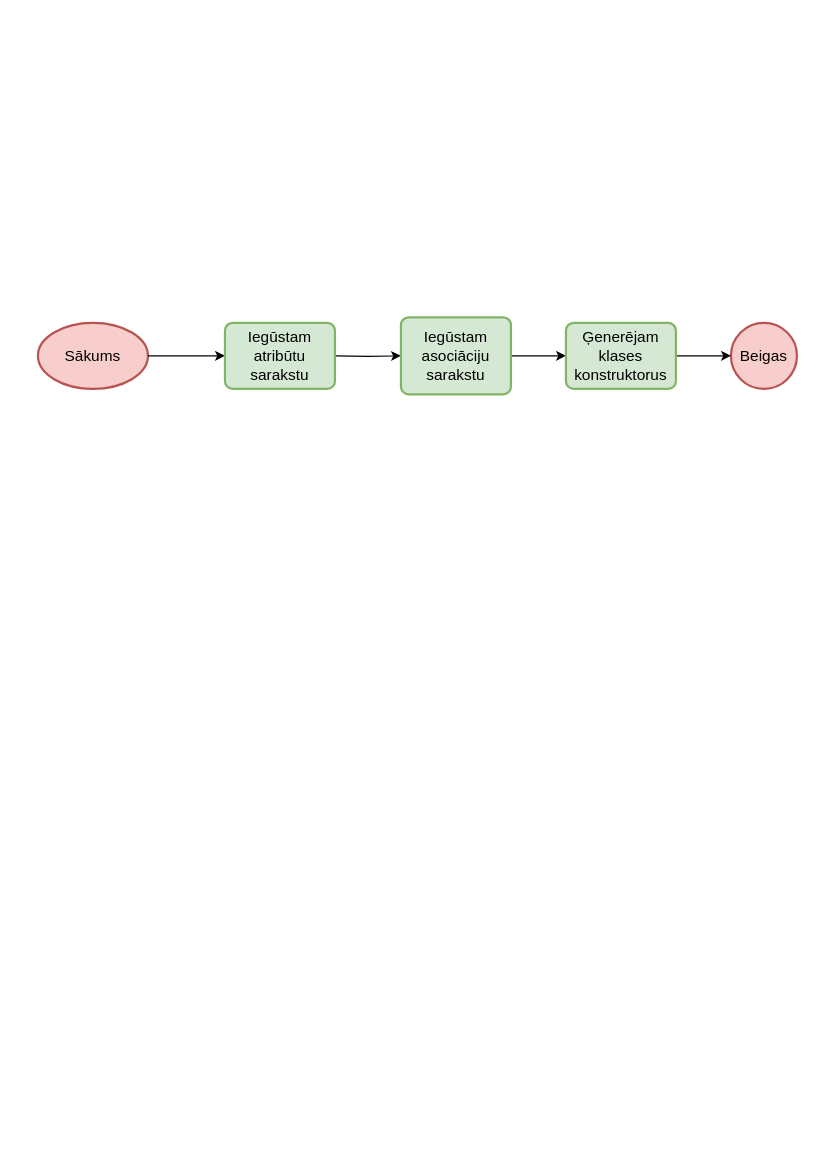
Earlier version of the draw.io diagram page "Konstruktora funkcijas ģenerēšana" (3 of 6) of src/Qualification project/Documentation/Diagrammas/Ģenerators.drawio (artiks12/webAppOS). Source tidied: cells renumbered, new cells numbered last; positions are measured from the earlier drawing's top-left corner, leaving out a move shared by most shapes. Both pictures are drawn from the tidied source at 110%, with x=0, y=0 at pixel (37, 317).
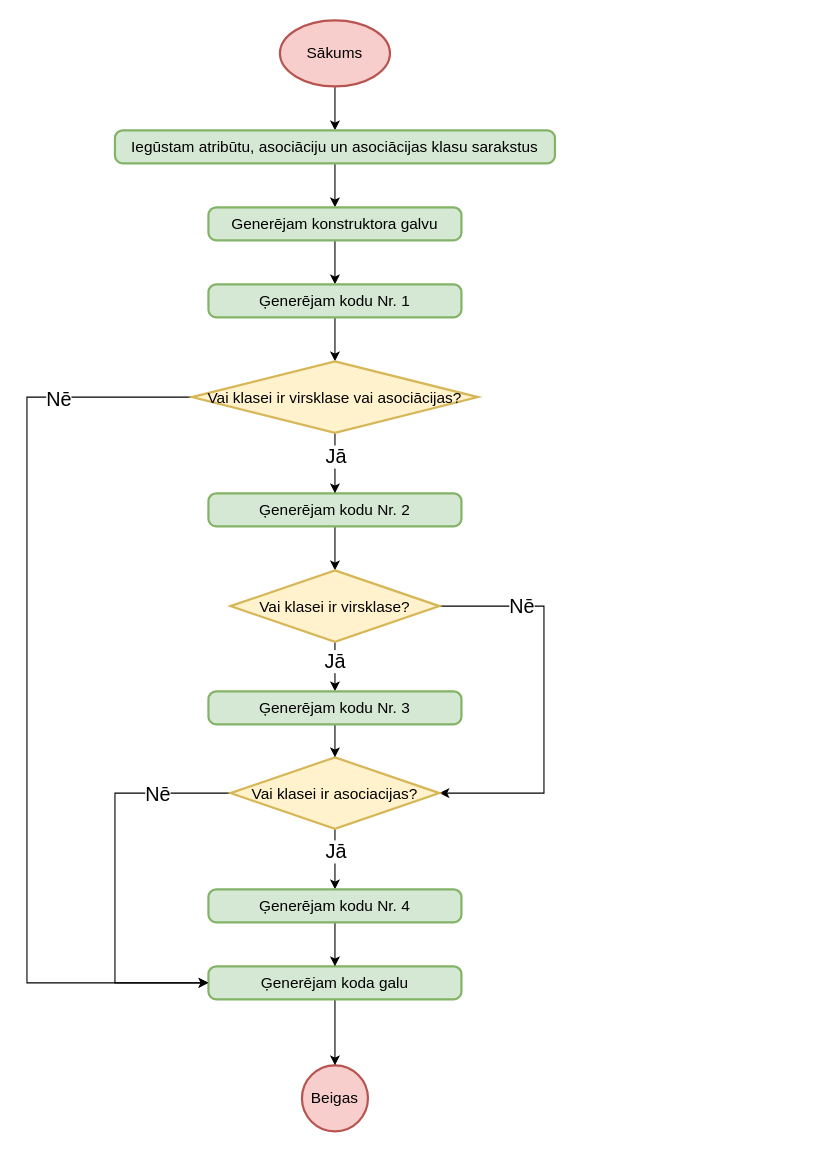
The same diagram, later.

The edit, as a diff of the source:
```diff
@@
+    <mxCell id="11" style="edgeStyle=orthogonalEdgeStyle;rounded=0;jettySize=auto;html=1;" parent="1" edge="1" source="2" target="13">
+      <mxGeometry relative="1" as="geometry" />
+    </mxCell>
     <mxCell id="2" value="Sākums" style="strokeWidth=2;html=1;shape=mxgraph.flowchart.start_1;whiteSpace=wrap;fontSize=14;fillColor=#f8cecc;strokeColor=#b85450;" parent="1" vertex="1">
-      <mxGeometry y="5" width="100" height="60" as="geometry" />
+      <mxGeometry x="220" y="-270" width="100" height="60" as="geometry" />
     </mxCell>
-    <mxCell id="3" style="edgeStyle=orthogonalEdgeStyle;rounded=0;jettySize=auto;html=1;exitX=1;exitY=0.5;exitDx=0;exitDy=0;exitPerimeter=0;entryX=0;entryY=0.5;entryDx=0;entryDy=0;" parent="1" edge="1" source="2">
-      <mxGeometry relative="1" as="geometry">
-        <mxPoint x="170" y="35" as="targetPoint" />
-      </mxGeometry>
-    </mxCell>
-    <mxCell id="4" style="edgeStyle=orthogonalEdgeStyle;rounded=0;jettySize=auto;html=1;fontSize=18;entryX=0;entryY=0.5;entryDx=0;entryDy=0;" parent="1" edge="1" target="8">
-      <mxGeometry relative="1" as="geometry">
-        <mxPoint x="270" y="35" as="sourcePoint" />
-      </mxGeometry>
-    </mxCell>
+    <mxCell id="12" style="edgeStyle=orthogonalEdgeStyle;rounded=0;jettySize=auto;html=1;" parent="1" edge="1" source="13" target="15">
+      <mxGeometry relative="1" as="geometry" />
+    </mxCell>
+    <mxCell id="13" value="Iegūstam atribūtu, asociāciju un asociācijas klasu sarakstus" style="rounded=1;whiteSpace=wrap;html=1;absoluteArcSize=1;arcSize=14;strokeWidth=2;fontSize=14;fillColor=#d5e8d4;strokeColor=#82b366;" parent="1" vertex="1">
+      <mxGeometry x="70" y="-170" width="400" height="30" as="geometry" />
+    </mxCell>
+    <mxCell id="14" style="edgeStyle=orthogonalEdgeStyle;rounded=0;jettySize=auto;html=1;entryX=0.5;entryY=0;entryDx=0;entryDy=0;" parent="1" edge="1" source="15" target="17">
+      <mxGeometry relative="1" as="geometry" />
+    </mxCell>
+    <mxCell id="15" value="Generējam konstruktora galvu" style="rounded=1;whiteSpace=wrap;html=1;absoluteArcSize=1;arcSize=14;strokeWidth=2;fontSize=14;fillColor=#d5e8d4;strokeColor=#82b366;" parent="1" vertex="1">
+      <mxGeometry x="155" y="-100" width="230" height="30" as="geometry" />
+    </mxCell>
+    <mxCell id="16" style="edgeStyle=orthogonalEdgeStyle;rounded=0;jettySize=auto;html=1;entryX=0.5;entryY=0;entryDx=0;entryDy=0;entryPerimeter=0;" parent="1" edge="1" source="17" target="24">
+      <mxGeometry relative="1" as="geometry" />
+    </mxCell>
+    <mxCell id="17" value="Ģenerējam kodu Nr. 1" style="rounded=1;whiteSpace=wrap;html=1;absoluteArcSize=1;arcSize=14;strokeWidth=2;fontSize=14;fillColor=#d5e8d4;strokeColor=#82b366;" parent="1" vertex="1">
+      <mxGeometry x="155" y="-30" width="230" height="30" as="geometry" />
+    </mxCell>
+    <mxCell id="18" style="edgeStyle=orthogonalEdgeStyle;rounded=0;jettySize=auto;html=1;entryX=0.5;entryY=0;entryDx=0;entryDy=0;entryPerimeter=0;fontSize=18;" parent="1" edge="1" source="19" target="31">
+      <mxGeometry relative="1" as="geometry" />
+    </mxCell>
+    <mxCell id="19" value="Ģenerējam kodu Nr. 2" style="rounded=1;whiteSpace=wrap;html=1;absoluteArcSize=1;arcSize=14;strokeWidth=2;fontSize=14;fillColor=#d5e8d4;strokeColor=#82b366;" parent="1" vertex="1">
+      <mxGeometry x="155" y="160" width="230" height="30" as="geometry" />
+    </mxCell>
     <mxCell id="5" value="Beigas" style="strokeWidth=2;html=1;shape=mxgraph.flowchart.start_2;whiteSpace=wrap;fontSize=14;fillColor=#f8cecc;strokeColor=#b85450;" parent="1" vertex="1">
-      <mxGeometry x="630" y="5" width="60" height="60" as="geometry" />
+      <mxGeometry x="240" y="680" width="60" height="60" as="geometry" />
     </mxCell>
-    <mxCell id="6" style="edgeStyle=orthogonalEdgeStyle;rounded=0;jettySize=auto;html=1;fontSize=18;exitX=1;exitY=0.5;exitDx=0;exitDy=0;" parent="1" edge="1" source="9" target="5">
-      <mxGeometry relative="1" as="geometry" />
-    </mxCell>
-    <mxCell id="7" style="edgeStyle=orthogonalEdgeStyle;rounded=0;jettySize=auto;html=1;entryX=0;entryY=0.5;entryDx=0;entryDy=0;fontSize=18;" parent="1" edge="1" source="8" target="9">
-      <mxGeometry relative="1" as="geometry" />
-    </mxCell>
-    <mxCell id="8" value="Iegūstam asociāciju sarakstu" style="rounded=1;whiteSpace=wrap;html=1;absoluteArcSize=1;arcSize=14;strokeWidth=2;fontSize=14;fillColor=#d5e8d4;strokeColor=#82b366;" parent="1" vertex="1">
-      <mxGeometry x="330" width="100" height="70" as="geometry" />
-    </mxCell>
-    <mxCell id="9" value="Ģenerējam klases konstruktorus" style="rounded=1;whiteSpace=wrap;html=1;absoluteArcSize=1;arcSize=14;strokeWidth=2;fontSize=14;fillColor=#d5e8d4;strokeColor=#82b366;" parent="1" vertex="1">
-      <mxGeometry x="480" y="5" width="100" height="60" as="geometry" />
-    </mxCell>
-    <mxCell id="10" value="Iegūstam atribūtu sarakstu" style="rounded=1;whiteSpace=wrap;html=1;absoluteArcSize=1;arcSize=14;strokeWidth=2;fontSize=14;fillColor=#d5e8d4;strokeColor=#82b366;" parent="1" vertex="1">
-      <mxGeometry x="170" y="5" width="100" height="60" as="geometry" />
-    </mxCell>
+    <mxCell id="20" style="edgeStyle=orthogonalEdgeStyle;rounded=0;jettySize=auto;html=1;entryX=0;entryY=0.5;entryDx=0;entryDy=0;exitX=0;exitY=0.5;exitDx=0;exitDy=0;exitPerimeter=0;" parent="1" edge="1" source="24" target="26">
+      <mxGeometry relative="1" as="geometry">
+        <Array as="points">
+          <mxPoint x="-10" y="72" />
+          <mxPoint x="-10" y="605" />
+        </Array>
+      </mxGeometry>
+    </mxCell>
+    <mxCell id="21" value="&lt;font style=&quot;font-size: 18px&quot;&gt;Nē&lt;/font&gt;" style="edgeLabel;html=1;align=center;verticalAlign=middle;" parent="20" vertex="1">
+      <mxGeometry x="-0.71" y="2" relative="1" as="geometry">
+        <mxPoint x="1" as="offset" />
+      </mxGeometry>
+    </mxCell>
+    <mxCell id="22" style="edgeStyle=orthogonalEdgeStyle;rounded=0;jettySize=auto;html=1;entryX=0.5;entryY=0;entryDx=0;entryDy=0;fontSize=18;" parent="1" edge="1" source="24" target="19">
+      <mxGeometry relative="1" as="geometry" />
+    </mxCell>
+    <mxCell id="23" value="Jā" style="edgeLabel;html=1;align=center;verticalAlign=middle;fontSize=18;" parent="22" vertex="1">
+      <mxGeometry x="-0.24" relative="1" as="geometry" />
+    </mxCell>
+    <mxCell id="24" value="Vai klasei ir virsklase vai asociācijas?" style="strokeWidth=2;html=1;shape=mxgraph.flowchart.decision;whiteSpace=wrap;fontSize=14;fillColor=#fff2cc;strokeColor=#d6b656;" parent="1" vertex="1">
+      <mxGeometry x="140" y="40" width="260" height="65" as="geometry" />
+    </mxCell>
+    <mxCell id="25" style="edgeStyle=orthogonalEdgeStyle;rounded=0;jettySize=auto;html=1;fontSize=18;" parent="1" edge="1" source="26" target="5">
+      <mxGeometry relative="1" as="geometry" />
+    </mxCell>
+    <mxCell id="26" value="Ģenerējam koda galu" style="rounded=1;whiteSpace=wrap;html=1;absoluteArcSize=1;arcSize=14;strokeWidth=2;fontSize=14;fillColor=#d5e8d4;strokeColor=#82b366;" parent="1" vertex="1">
+      <mxGeometry x="155" y="590" width="230" height="30" as="geometry" />
+    </mxCell>
+    <mxCell id="27" style="edgeStyle=orthogonalEdgeStyle;rounded=0;jettySize=auto;html=1;entryX=0.5;entryY=0;entryDx=0;entryDy=0;fontSize=18;" parent="1" edge="1" source="31" target="38">
+      <mxGeometry relative="1" as="geometry" />
+    </mxCell>
+    <mxCell id="28" value="Jā" style="edgeLabel;html=1;align=center;verticalAlign=middle;fontSize=18;" parent="27" vertex="1">
+      <mxGeometry x="-0.41" relative="1" as="geometry">
+        <mxPoint x="-1" y="4" as="offset" />
+      </mxGeometry>
+    </mxCell>
+    <mxCell id="29" style="edgeStyle=orthogonalEdgeStyle;rounded=0;jettySize=auto;html=1;entryX=1;entryY=0.5;entryDx=0;entryDy=0;entryPerimeter=0;fontSize=18;exitX=1;exitY=0.5;exitDx=0;exitDy=0;exitPerimeter=0;" parent="1" edge="1" source="31" target="36">
+      <mxGeometry relative="1" as="geometry">
+        <Array as="points">
+          <mxPoint x="460" y="263" />
+          <mxPoint x="460" y="433" />
+        </Array>
+      </mxGeometry>
+    </mxCell>
+    <mxCell id="30" value="Nē" style="edgeLabel;html=1;align=center;verticalAlign=middle;fontSize=18;" parent="29" vertex="1">
+      <mxGeometry x="-0.59" y="1" relative="1" as="geometry">
+        <mxPoint y="1" as="offset" />
+      </mxGeometry>
+    </mxCell>
+    <mxCell id="31" value="Vai klasei ir virsklase?" style="strokeWidth=2;html=1;shape=mxgraph.flowchart.decision;whiteSpace=wrap;fontSize=14;fillColor=#fff2cc;strokeColor=#d6b656;" parent="1" vertex="1">
+      <mxGeometry x="175" y="230" width="190" height="65" as="geometry" />
+    </mxCell>
+    <mxCell id="32" style="edgeStyle=orthogonalEdgeStyle;rounded=0;jettySize=auto;html=1;entryX=0.5;entryY=0;entryDx=0;entryDy=0;fontSize=18;" parent="1" edge="1" source="36" target="40">
+      <mxGeometry relative="1" as="geometry">
+        <Array as="points">
+          <mxPoint x="270" y="470" />
+          <mxPoint x="270" y="470" />
+        </Array>
+      </mxGeometry>
+    </mxCell>
+    <mxCell id="33" value="Jā" style="edgeLabel;html=1;align=center;verticalAlign=middle;fontSize=18;" parent="32" vertex="1">
+      <mxGeometry x="-0.27" relative="1" as="geometry" />
+    </mxCell>
+    <mxCell id="34" style="edgeStyle=orthogonalEdgeStyle;rounded=0;jettySize=auto;html=1;entryX=0;entryY=0.5;entryDx=0;entryDy=0;fontSize=18;exitX=0;exitY=0.5;exitDx=0;exitDy=0;exitPerimeter=0;" parent="1" edge="1" source="36" target="26">
+      <mxGeometry relative="1" as="geometry">
+        <Array as="points">
+          <mxPoint x="70" y="433" />
+          <mxPoint x="70" y="605" />
+        </Array>
+      </mxGeometry>
+    </mxCell>
+    <mxCell id="35" value="Nē" style="edgeLabel;html=1;align=center;verticalAlign=middle;fontSize=18;" parent="34" vertex="1">
+      <mxGeometry x="-0.63" y="1" relative="1" as="geometry" />
+    </mxCell>
+    <mxCell id="36" value="Vai klasei ir asociacijas?" style="strokeWidth=2;html=1;shape=mxgraph.flowchart.decision;whiteSpace=wrap;fontSize=14;fillColor=#fff2cc;strokeColor=#d6b656;" parent="1" vertex="1">
+      <mxGeometry x="175" y="400" width="190" height="65" as="geometry" />
+    </mxCell>
+    <mxCell id="37" style="edgeStyle=orthogonalEdgeStyle;rounded=0;jettySize=auto;html=1;fontSize=18;" parent="1" edge="1" source="38" target="36">
+      <mxGeometry relative="1" as="geometry" />
+    </mxCell>
+    <mxCell id="38" value="Ģenerējam kodu Nr. 3" style="rounded=1;whiteSpace=wrap;html=1;absoluteArcSize=1;arcSize=14;strokeWidth=2;fontSize=14;fillColor=#d5e8d4;strokeColor=#82b366;" parent="1" vertex="1">
+      <mxGeometry x="155" y="340" width="230" height="30" as="geometry" />
+    </mxCell>
+    <mxCell id="39" style="edgeStyle=orthogonalEdgeStyle;rounded=0;jettySize=auto;html=1;entryX=0.5;entryY=0;entryDx=0;entryDy=0;fontSize=18;" parent="1" edge="1" source="40" target="26">
+      <mxGeometry relative="1" as="geometry" />
+    </mxCell>
+    <mxCell id="40" value="Ģenerējam kodu Nr. 4" style="rounded=1;whiteSpace=wrap;html=1;absoluteArcSize=1;arcSize=14;strokeWidth=2;fontSize=14;fillColor=#d5e8d4;strokeColor=#82b366;" parent="1" vertex="1">
+      <mxGeometry x="155" y="520" width="230" height="30" as="geometry" />
+    </mxCell>
```
